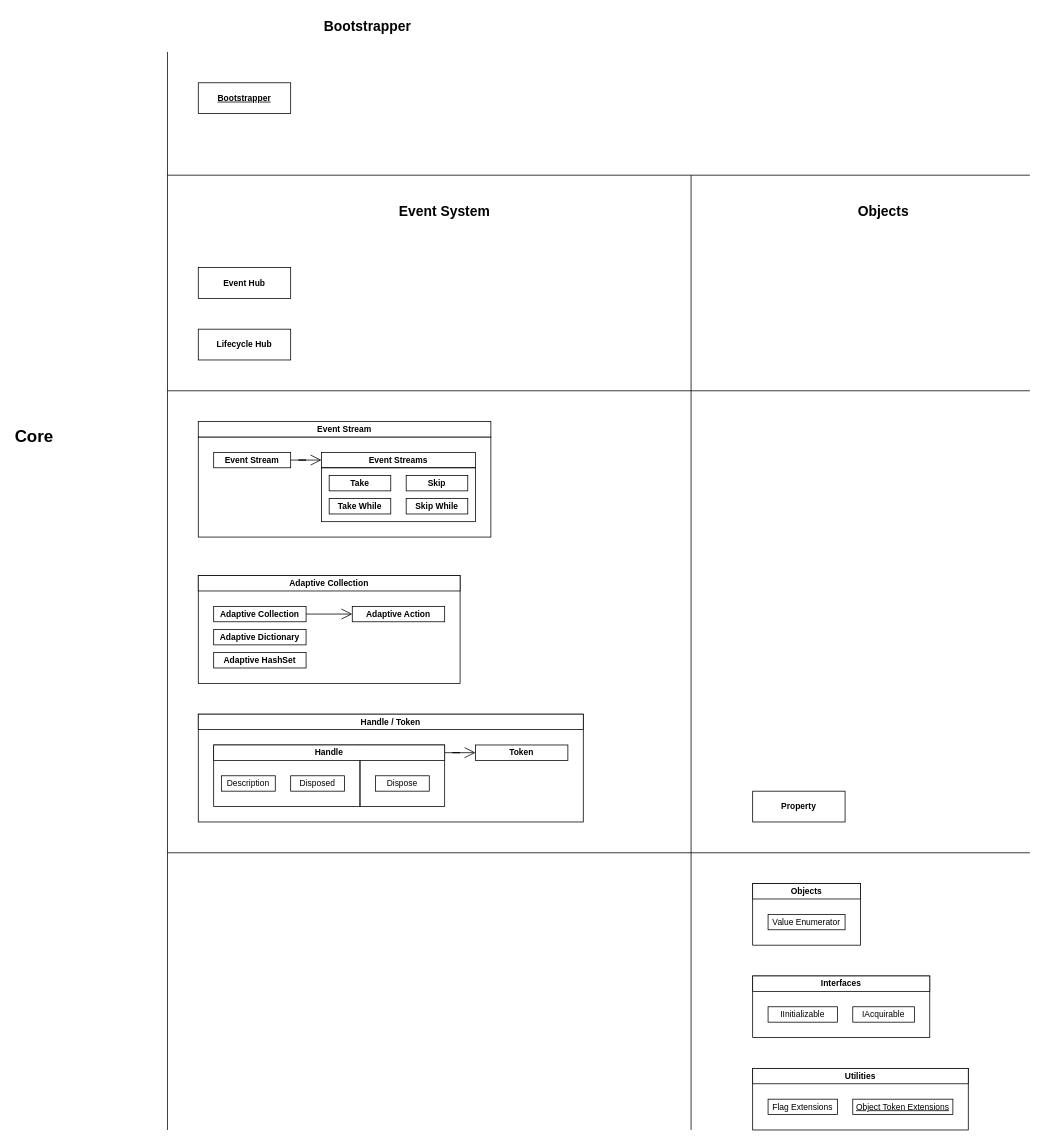
dove-creative/uniengine keeps this draw.io diagram as page "Core" (2 of 2) of docs/02. UniEngine/UniEngine.drawio. Above is the earlier version. Source tidied: cells renumbered, new cells numbered last; positions are measured from the earlier drawing's top-left corner, leaving out a move shared by most shapes. Both pictures are drawn from the tidied source at 77%, with x=0, y=0 at pixel (13, 13).
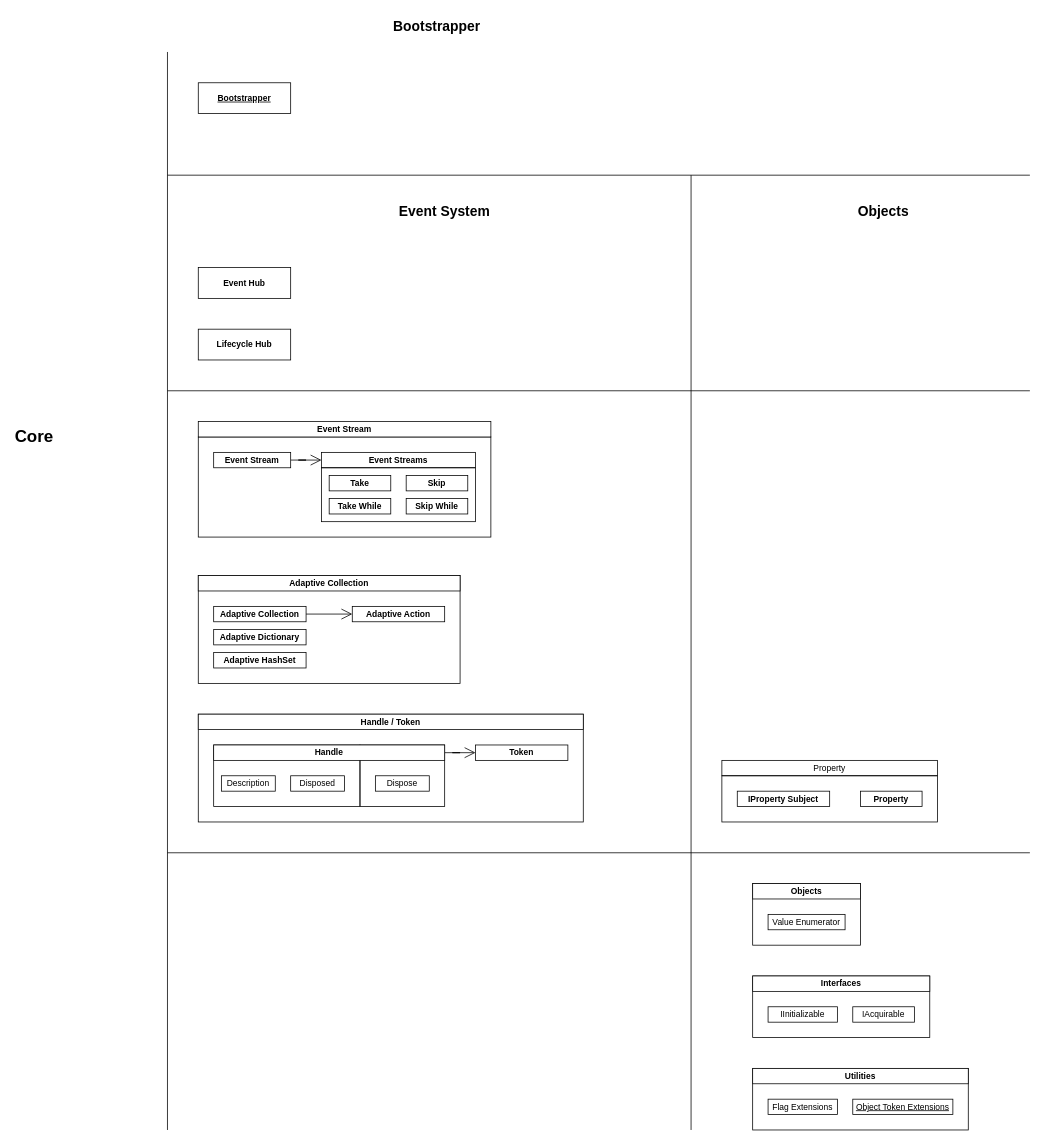
After the change.

The edit, as a diff of the source:
```diff
@@
-    <mxCell id="19" value="&lt;div style=&quot;text-align: right;&quot;&gt;&lt;b&gt;Property&lt;/b&gt;&lt;/div&gt;" style="rounded=0;whiteSpace=wrap;html=1;fontFamily=Helvetica;fontSize=11;fontColor=default;labelBackgroundColor=default;" parent="1" vertex="1">
-      <mxGeometry x="960" y="1010" width="120" height="40" as="geometry" />
+    <mxCell id="19" value="&lt;div style=&quot;text-align: right;&quot;&gt;&lt;span&gt;Property&lt;/span&gt;&lt;/div&gt;" style="rounded=0;whiteSpace=wrap;html=1;fontFamily=Helvetica;fontSize=11;fontColor=default;labelBackgroundColor=default;fontStyle=0;" parent="1" vertex="1">
+      <mxGeometry x="920" y="970" width="280" height="20" as="geometry" />
     </mxCell>
@@
     <mxCell id="49" value="&lt;h1 style=&quot;margin-top: 0px;&quot;&gt;Bootstrapper&lt;/h1&gt;" style="text;html=1;whiteSpace=wrap;overflow=hidden;rounded=0;fontFamily=Helvetica;fontSize=9;fontColor=default;labelBackgroundColor=none;align=center;verticalAlign=top;" parent="1" vertex="1">
-      <mxGeometry x="380" width="160" height="40" as="geometry" />
+      <mxGeometry x="470" width="160" height="40" as="geometry" />
     </mxCell>
@@
+    <mxCell id="53" value="&lt;div style=&quot;text-align: right;&quot;&gt;&lt;b&gt;Property&lt;/b&gt;&lt;/div&gt;" style="rounded=0;whiteSpace=wrap;html=1;fontFamily=Helvetica;fontSize=11;fontColor=default;labelBackgroundColor=default;" parent="1" vertex="1">
+      <mxGeometry x="1100" y="1010" width="80" height="20" as="geometry" />
+    </mxCell>
+    <mxCell id="54" value="&lt;div style=&quot;text-align: right;&quot;&gt;&lt;b&gt;IProperty Subject&lt;/b&gt;&lt;/div&gt;" style="rounded=0;whiteSpace=wrap;html=1;fontFamily=Helvetica;fontSize=11;fontColor=default;labelBackgroundColor=default;" parent="1" vertex="1">
+      <mxGeometry x="940" y="1010" width="120" height="20" as="geometry" />
+    </mxCell>
+    <mxCell id="55" style="rounded=0;whiteSpace=wrap;html=1;fontFamily=Helvetica;fontSize=11;fontColor=default;labelBackgroundColor=default;fillColor=none;" parent="1" vertex="1">
+      <mxGeometry x="920" y="990" width="280" height="60" as="geometry" />
+    </mxCell>
```
